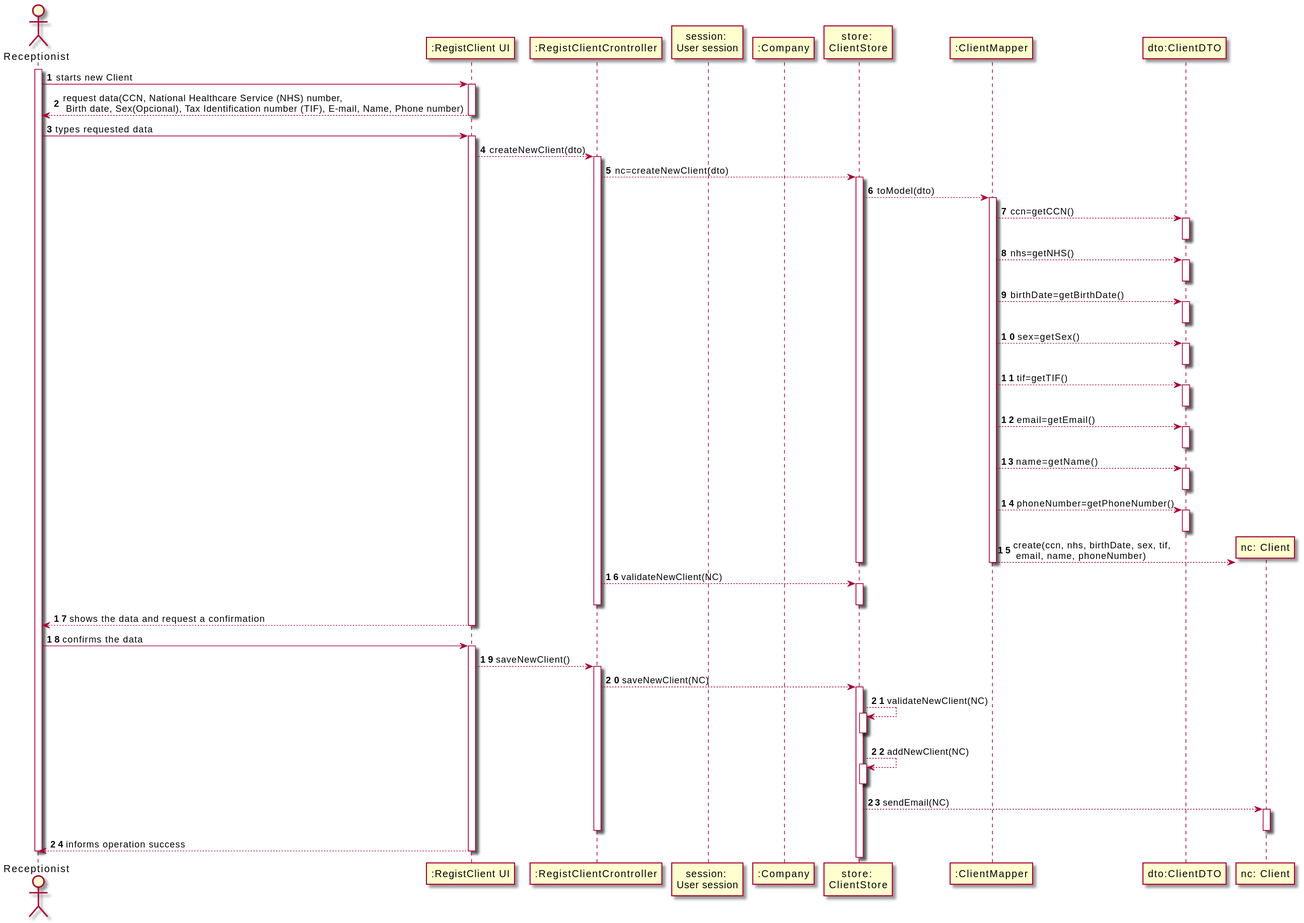
Pedromaia26/LAPR2-ISEP keeps this PlantUML diagram as docs/SprintB/US3_RegisterClient/US003_SD.svg. Above is the earlier version.
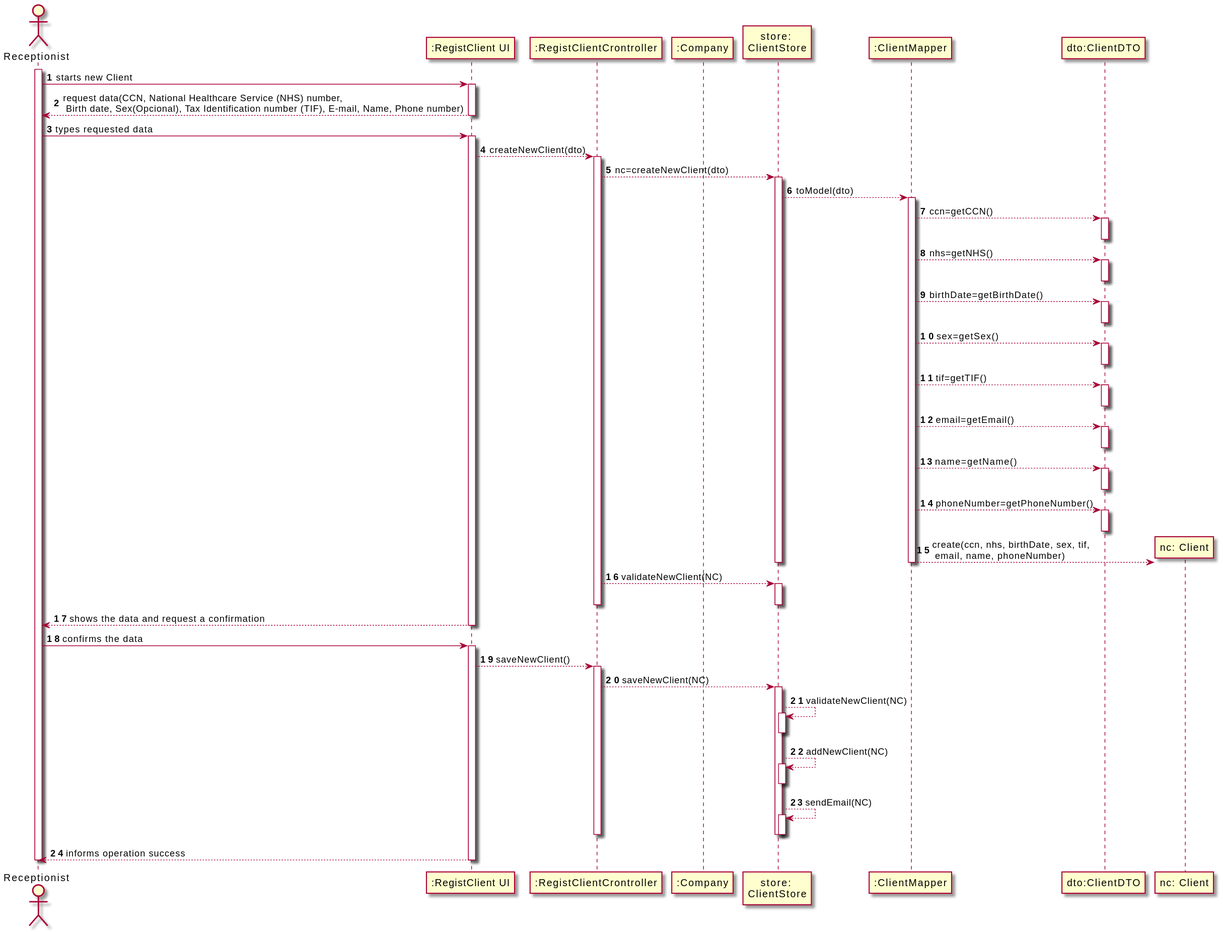
The same diagram one commit later.

What changed in the source:
```diff
@@ -2,7 +2,6 @@
 actor Receptionist as Adm
 participant ":RegistClient UI" as System
 participant ":RegistClientCrontroller" as RCC
-participant "session: \nUser session" as US
 participant ":Company" as ML
 participant "store: \nClientStore" as CS
 participant ":ClientMapper" as cm
@@ -88,9 +87,10 @@
 CS-->CS:addNewClient(NC)
 activate CS
 deactivate CS
-CS-->NC:sendEmail(NC)
-activate NC
-deactivate NC
+CS-->CS:sendEmail(NC)
+activate CS
+deactivate CS
+deactivate CS
 deactivate ML
 deactivate RCC
 System --> Adm: informs operation success
```
